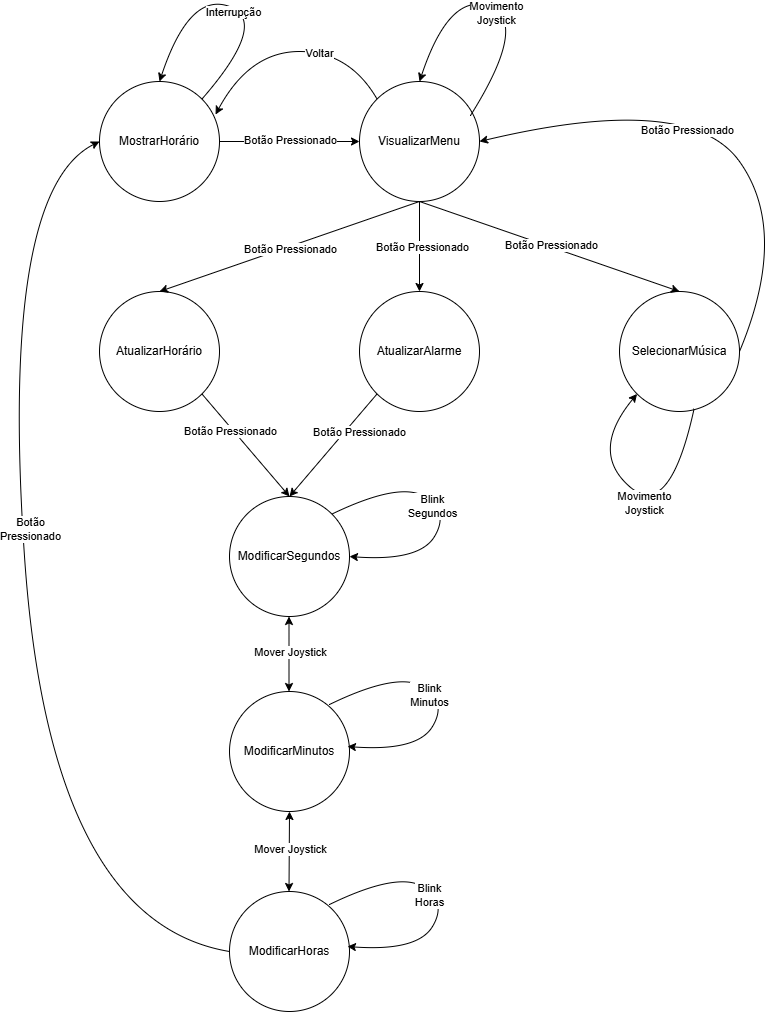
filipeparreira/lab02-state-machine keeps this draw.io diagram as states_machines.png. Above is the earlier version. Source tidied: cells renumbered, new cells last; positions are measured from the earlier drawing's top-left corner, leaving out a move shared by most shapes.
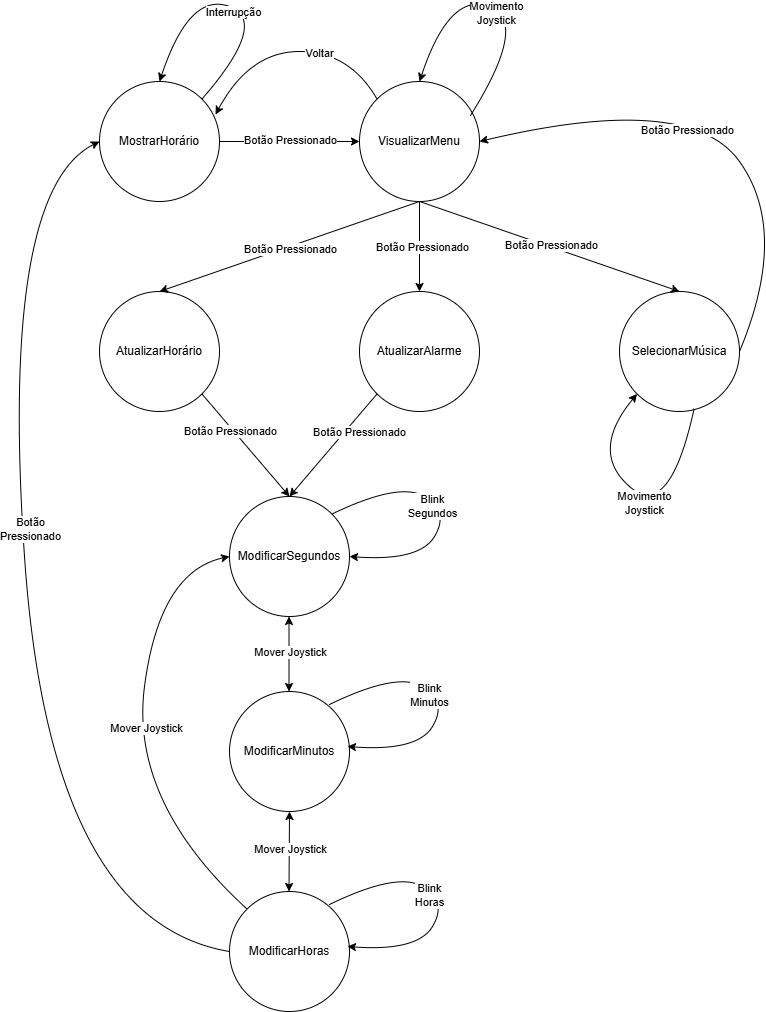
Later version of the same file.

The edit, as a diff of the source:
```diff
@@ -203,5 +203,16 @@
     <mxCell id="43" value="Voltar" style="edgeLabel;html=1;align=center;verticalAlign=middle;" parent="42" vertex="1">
       <mxGeometry x="-0.25" y="1" relative="1" as="geometry" />
     </mxCell>
+    <mxCell id="44" style="curved=1;endArrow=classic;html=1;exitX=0;exitY=0;exitDx=0;exitDy=0;entryX=0;entryY=0.5;entryDx=0;entryDy=0;" parent="1" edge="1" source="21" target="19">
+      <mxGeometry relative="1" as="geometry">
+        <Array as="points">
+          <mxPoint x="130" y="810" />
+          <mxPoint x="160" y="580" />
+        </Array>
+      </mxGeometry>
+    </mxCell>
+    <mxCell id="45" value="Mover Joystick" style="edgeLabel;html=1;align=center;verticalAlign=middle;" parent="44" vertex="1">
+      <mxGeometry x="0.01" y="-7" relative="1" as="geometry" />
+    </mxCell>
   </root>
 </mxGraphModel>
```
